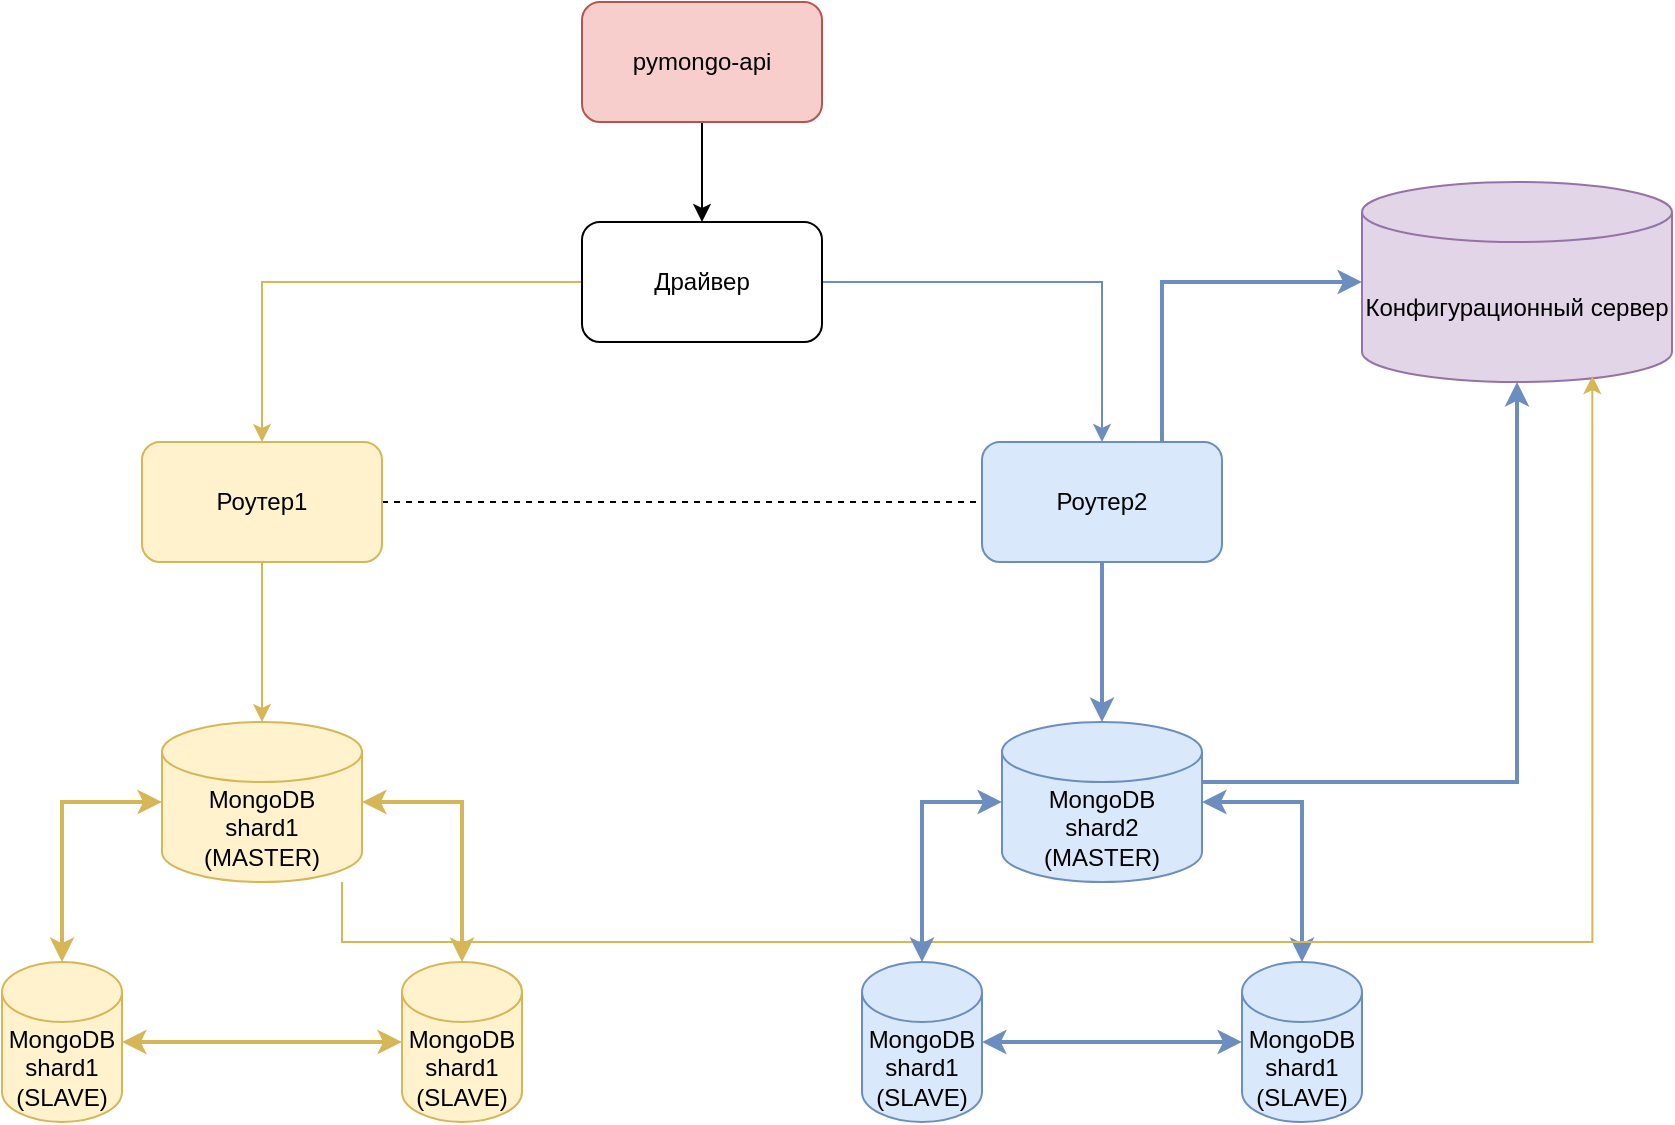
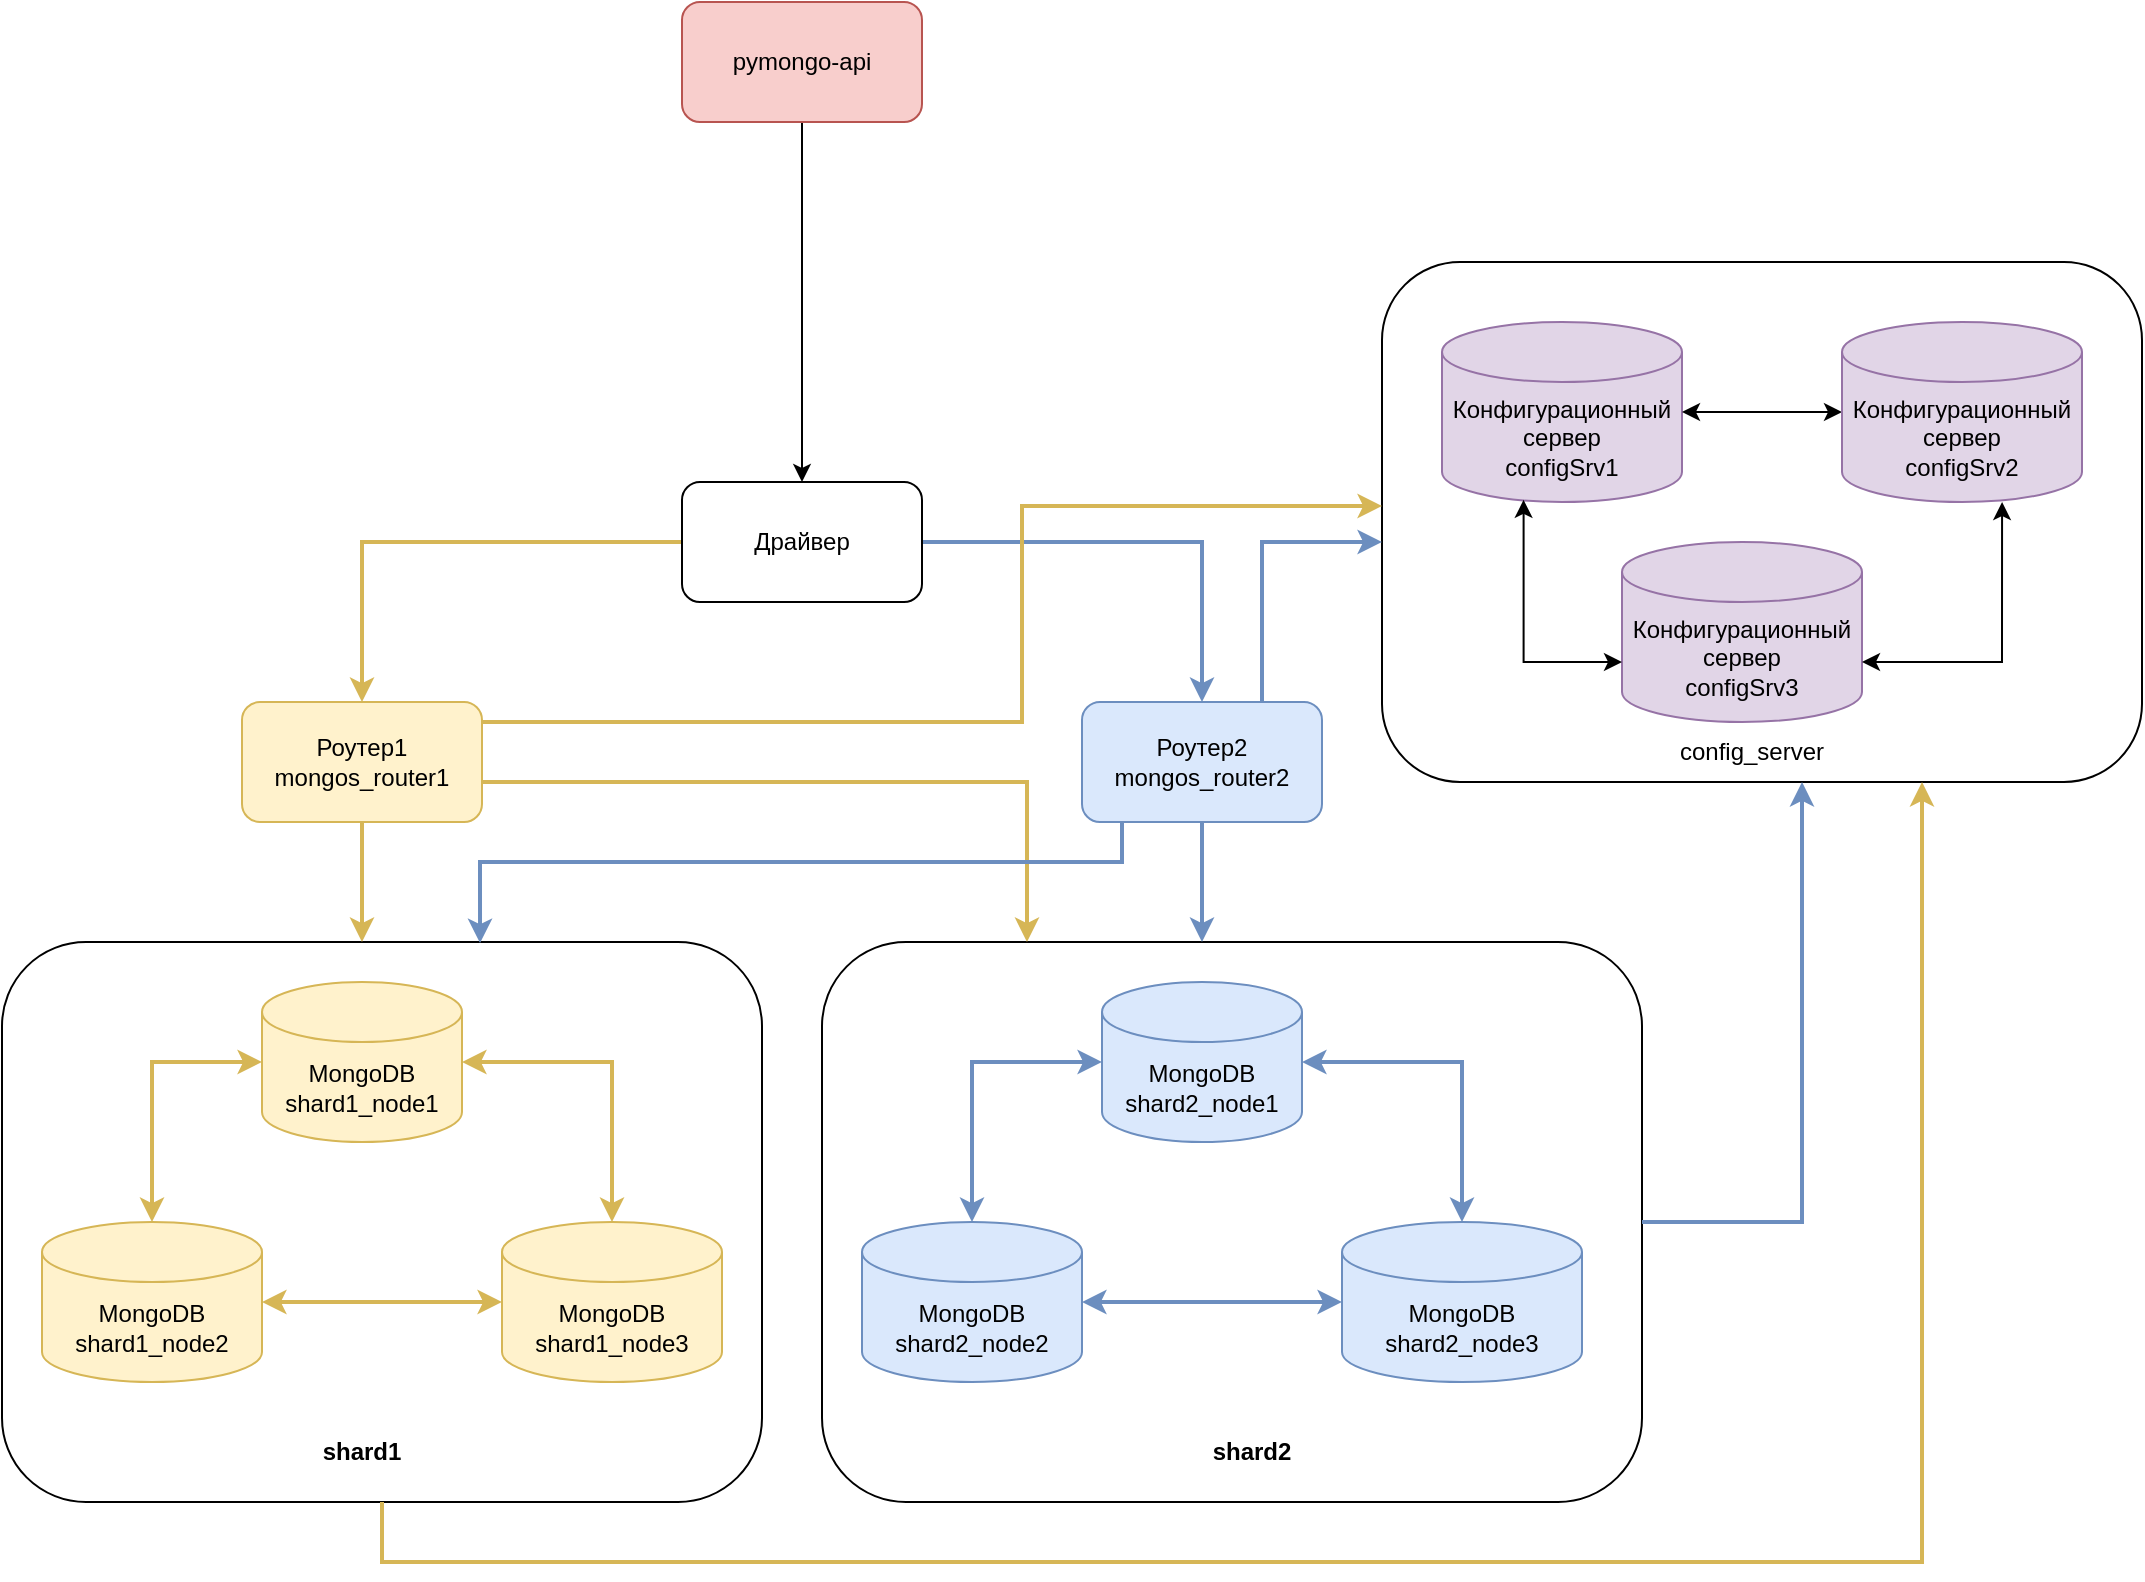
<mxfile host="app.diagrams.net" agent="Mozilla/5.0 (Macintosh; Intel Mac OS X 10_15_7) AppleWebKit/537.36 (KHTML, like Gecko) draw.io/24.6.4 Chrome/124.0.6367.207 Electron/30.0.6 Safari/537.36">
  <diagram name="Page-1" id="-H_mtQnk-PTXWXPvYvuk">
-     <mxGraphModel dx="1084" dy="592" grid="1" gridSize="10" guides="1" tooltips="1" connect="1" arrows="1" fold="1" page="1" pageScale="1" pageWidth="1169" pageHeight="827" math="0" shadow="0">
+     <mxGraphModel dx="1471" dy="1630" grid="1" gridSize="10" guides="1" tooltips="1" connect="1" arrows="1" fold="1" page="1" pageScale="1" pageWidth="1169" pageHeight="827" math="0" shadow="0">
      <root>
        <mxCell id="0" />
        <mxCell id="1" parent="0" />
-         <mxCell id="-b0uPEWMNX4Y9v5Yv2N0-6" edge="1" parent="1" source="zA23MoTUsTF4_91t8viU-2" style="edgeStyle=orthogonalEdgeStyle;rounded=0;orthogonalLoop=1;jettySize=auto;html=1;startArrow=classic;startFill=1;fillColor=#fff2cc;strokeColor=#d6b656;strokeWidth=2;" target="-b0uPEWMNX4Y9v5Yv2N0-3">
+         <mxCell id="SSWtPFlNUQ9ERYB9Ug__-7" parent="1" style="rounded=1;whiteSpace=wrap;html=1;" value="" vertex="1">
+           <mxGeometry height="260" width="380" x="690" y="110" as="geometry" />
+         </mxCell>
+         <mxCell id="SSWtPFlNUQ9ERYB9Ug__-3" parent="1" style="rounded=1;whiteSpace=wrap;html=1;" value="" vertex="1">
+           <mxGeometry height="280" width="410" x="410" y="450" as="geometry" />
+         </mxCell>
+         <mxCell id="SSWtPFlNUQ9ERYB9Ug__-1" parent="1" style="rounded=1;whiteSpace=wrap;html=1;" value="" vertex="1">
+           <mxGeometry height="280" width="380" y="450" as="geometry" />
+         </mxCell>
+         <mxCell id="-b0uPEWMNX4Y9v5Yv2N0-6" edge="1" parent="1" source="zA23MoTUsTF4_91t8viU-2" style="edgeStyle=orthogonalEdgeStyle;rounded=0;orthogonalLoop=1;jettySize=auto;html=1;strokeWidth=2;fillColor=#fff2cc;strokeColor=#d6b656;startArrow=classic;startFill=1;" target="-b0uPEWMNX4Y9v5Yv2N0-3">
          <mxGeometry relative="1" as="geometry" />
        </mxCell>
-         <mxCell id="zA23MoTUsTF4_91t8viU-2" parent="1" style="shape=cylinder3;whiteSpace=wrap;html=1;boundedLbl=1;backgroundOutline=1;size=15;fillColor=#fff2cc;strokeColor=#d6b656;" value="MongoDB&lt;br&gt;shard1 (MASTER)" vertex="1">
+         <mxCell id="zA23MoTUsTF4_91t8viU-2" parent="1" style="shape=cylinder3;whiteSpace=wrap;html=1;boundedLbl=1;backgroundOutline=1;size=15;fillColor=#fff2cc;strokeColor=#d6b656;" value="MongoDB&lt;br&gt;shard1_node1" vertex="1">
          <mxGeometry height="80" width="100" x="130" y="470" as="geometry" />
        </mxCell>
        <mxCell id="JA4CdrQExTbod57CP28f-2" edge="1" parent="1" source="zA23MoTUsTF4_91t8viU-3" style="edgeStyle=orthogonalEdgeStyle;rounded=0;orthogonalLoop=1;jettySize=auto;html=1;" target="JA4CdrQExTbod57CP28f-1" value="">
          <mxGeometry relative="1" as="geometry" />
        </mxCell>
        <mxCell id="zA23MoTUsTF4_91t8viU-3" parent="1" style="rounded=1;whiteSpace=wrap;html=1;fillColor=#f8cecc;strokeColor=#b85450;" value="pymongo-api" vertex="1">
-           <mxGeometry height="60" width="120" x="340" y="110" as="geometry" />
+           <mxGeometry height="60" width="120" x="340" y="-20" as="geometry" />
        </mxCell>
-         <mxCell id="JA4CdrQExTbod57CP28f-4" edge="1" parent="1" source="JA4CdrQExTbod57CP28f-1" style="edgeStyle=orthogonalEdgeStyle;rounded=0;orthogonalLoop=1;jettySize=auto;html=1;fillColor=#fff2cc;strokeColor=#d6b656;" target="JA4CdrQExTbod57CP28f-3" value="">
+         <mxCell id="JA4CdrQExTbod57CP28f-4" edge="1" parent="1" source="JA4CdrQExTbod57CP28f-1" style="edgeStyle=orthogonalEdgeStyle;rounded=0;orthogonalLoop=1;jettySize=auto;html=1;fillColor=#fff2cc;strokeColor=#d6b656;strokeWidth=2;" target="JA4CdrQExTbod57CP28f-3" value="">
          <mxGeometry relative="1" as="geometry" />
        </mxCell>
-         <mxCell id="JA4CdrQExTbod57CP28f-10" edge="1" parent="1" source="JA4CdrQExTbod57CP28f-1" style="edgeStyle=orthogonalEdgeStyle;rounded=0;orthogonalLoop=1;jettySize=auto;html=1;fillColor=#dae8fc;strokeColor=#6c8ebf;" target="JA4CdrQExTbod57CP28f-7">
+         <mxCell id="JA4CdrQExTbod57CP28f-10" edge="1" parent="1" source="JA4CdrQExTbod57CP28f-1" style="edgeStyle=orthogonalEdgeStyle;rounded=0;orthogonalLoop=1;jettySize=auto;html=1;fillColor=#dae8fc;strokeColor=#6c8ebf;strokeWidth=2;" target="JA4CdrQExTbod57CP28f-7">
          <mxGeometry relative="1" as="geometry" />
        </mxCell>
        <mxCell id="JA4CdrQExTbod57CP28f-1" parent="1" style="whiteSpace=wrap;html=1;rounded=1;rotation=0;" value="Драйвер" vertex="1">
          <mxGeometry height="60" width="120" x="340" y="220" as="geometry" />
        </mxCell>
-         <mxCell id="JA4CdrQExTbod57CP28f-15" edge="1" parent="1" source="JA4CdrQExTbod57CP28f-3" style="edgeStyle=orthogonalEdgeStyle;rounded=0;orthogonalLoop=1;jettySize=auto;html=1;fillColor=#fff2cc;strokeColor=#d6b656;" target="zA23MoTUsTF4_91t8viU-2">
-           <mxGeometry relative="1" as="geometry" />
+         <mxCell id="JA4CdrQExTbod57CP28f-15" edge="1" parent="1" source="JA4CdrQExTbod57CP28f-3" style="edgeStyle=orthogonalEdgeStyle;rounded=0;orthogonalLoop=1;jettySize=auto;html=1;fillColor=#fff2cc;strokeColor=#d6b656;strokeWidth=2;">
+           <mxGeometry relative="1" as="geometry">
+             <mxPoint x="180" y="450" as="targetPoint" />
+           </mxGeometry>
        </mxCell>
-         <mxCell id="JA4CdrQExTbod57CP28f-18" edge="1" parent="1" source="JA4CdrQExTbod57CP28f-3" style="edgeStyle=orthogonalEdgeStyle;rounded=0;orthogonalLoop=1;jettySize=auto;html=1;dashed=1;endArrow=none;endFill=0;" target="JA4CdrQExTbod57CP28f-7">
-           <mxGeometry relative="1" as="geometry" />
-         </mxCell>
-         <mxCell id="JA4CdrQExTbod57CP28f-3" parent="1" style="whiteSpace=wrap;html=1;rounded=1;fillColor=#fff2cc;strokeColor=#d6b656;" value="Роутер1" vertex="1">
+         <mxCell id="JA4CdrQExTbod57CP28f-3" parent="1" style="whiteSpace=wrap;html=1;rounded=1;fillColor=#fff2cc;strokeColor=#d6b656;" value="Роутер1&lt;br&gt;mongos_router1" vertex="1">
          <mxGeometry height="60" width="120" x="120" y="330" as="geometry" />
        </mxCell>
-         <mxCell id="JA4CdrQExTbod57CP28f-12" edge="1" parent="1" source="JA4CdrQExTbod57CP28f-7" style="edgeStyle=orthogonalEdgeStyle;rounded=0;orthogonalLoop=1;jettySize=auto;html=1;fillColor=#dae8fc;strokeColor=#6c8ebf;strokeWidth=2;" target="JA4CdrQExTbod57CP28f-11">
+         <mxCell id="JA4CdrQExTbod57CP28f-12" edge="1" parent="1" source="JA4CdrQExTbod57CP28f-7" style="edgeStyle=orthogonalEdgeStyle;rounded=0;orthogonalLoop=1;jettySize=auto;html=1;fillColor=#dae8fc;strokeColor=#6c8ebf;strokeWidth=2;">
          <mxGeometry relative="1" as="geometry">
            <Array as="points">
              <mxPoint x="630" y="250" />
            </Array>
+             <mxPoint x="690" y="250" as="targetPoint" />
          </mxGeometry>
        </mxCell>
-         <mxCell id="JA4CdrQExTbod57CP28f-7" parent="1" style="whiteSpace=wrap;html=1;rounded=1;fillColor=#dae8fc;strokeColor=#6c8ebf;" value="Роутер2" vertex="1">
+         <mxCell id="JA4CdrQExTbod57CP28f-7" parent="1" style="whiteSpace=wrap;html=1;rounded=1;fillColor=#dae8fc;strokeColor=#6c8ebf;" value="Роутер2&lt;br&gt;mongos_router2" vertex="1">
          <mxGeometry height="60" width="120" x="540" y="330" as="geometry" />
        </mxCell>
-         <mxCell id="JA4CdrQExTbod57CP28f-11" parent="1" style="shape=cylinder3;whiteSpace=wrap;html=1;boundedLbl=1;backgroundOutline=1;size=15;fillColor=#e1d5e7;strokeColor=#9673a6;" value="Конфигурационный сервер" vertex="1">
-           <mxGeometry height="100" width="155" x="730" y="200" as="geometry" />
+         <mxCell id="JA4CdrQExTbod57CP28f-11" parent="1" style="shape=cylinder3;whiteSpace=wrap;html=1;boundedLbl=1;backgroundOutline=1;size=15;fillColor=#e1d5e7;strokeColor=#9673a6;" value="Конфигурационный сервер&lt;br&gt;configSrv1" vertex="1">
+           <mxGeometry height="90" width="120" x="720" y="140" as="geometry" />
        </mxCell>
-         <mxCell id="-b0uPEWMNX4Y9v5Yv2N0-16" edge="1" parent="1" source="JA4CdrQExTbod57CP28f-13" style="edgeStyle=orthogonalEdgeStyle;rounded=0;orthogonalLoop=1;jettySize=auto;html=1;startArrow=classic;startFill=1;strokeWidth=2;fillColor=#dae8fc;strokeColor=#6c8ebf;" target="-b0uPEWMNX4Y9v5Yv2N0-13">
+         <mxCell id="-b0uPEWMNX4Y9v5Yv2N0-16" edge="1" parent="1" source="JA4CdrQExTbod57CP28f-13" style="edgeStyle=orthogonalEdgeStyle;rounded=0;orthogonalLoop=1;jettySize=auto;html=1;strokeWidth=2;fillColor=#dae8fc;strokeColor=#6c8ebf;startArrow=classic;startFill=1;" target="-b0uPEWMNX4Y9v5Yv2N0-13">
          <mxGeometry relative="1" as="geometry" />
        </mxCell>
-         <mxCell id="JA4CdrQExTbod57CP28f-13" parent="1" style="shape=cylinder3;whiteSpace=wrap;html=1;boundedLbl=1;backgroundOutline=1;size=15;fillColor=#dae8fc;strokeColor=#6c8ebf;" value="MongoDB&lt;br&gt;shard2&lt;br&gt;(MASTER)" vertex="1">
+         <mxCell id="JA4CdrQExTbod57CP28f-13" parent="1" style="shape=cylinder3;whiteSpace=wrap;html=1;boundedLbl=1;backgroundOutline=1;size=15;fillColor=#dae8fc;strokeColor=#6c8ebf;" value="MongoDB&lt;br&gt;shard2_node1" vertex="1">
          <mxGeometry height="80" width="100" x="550" y="470" as="geometry" />
        </mxCell>
-         <mxCell id="JA4CdrQExTbod57CP28f-14" edge="1" parent="1" source="JA4CdrQExTbod57CP28f-7" style="edgeStyle=orthogonalEdgeStyle;rounded=0;orthogonalLoop=1;jettySize=auto;html=1;fillColor=#dae8fc;strokeColor=#6c8ebf;strokeWidth=2;" target="JA4CdrQExTbod57CP28f-13">
+         <mxCell id="JA4CdrQExTbod57CP28f-14" edge="1" parent="1" source="JA4CdrQExTbod57CP28f-7" style="edgeStyle=orthogonalEdgeStyle;rounded=0;orthogonalLoop=1;jettySize=auto;html=1;fillColor=#dae8fc;strokeColor=#6c8ebf;strokeWidth=2;">
          <mxGeometry relative="1" as="geometry">
-             <Array as="points" />
+             <Array as="points">
+               <mxPoint x="600" y="420" />
+               <mxPoint x="600" y="420" />
+             </Array>
+             <mxPoint x="600" y="450" as="targetPoint" />
          </mxGeometry>
        </mxCell>
-         <mxCell id="JA4CdrQExTbod57CP28f-16" edge="1" parent="1" source="JA4CdrQExTbod57CP28f-13" style="edgeStyle=orthogonalEdgeStyle;rounded=0;orthogonalLoop=1;jettySize=auto;html=1;entryX=0.5;entryY=1;entryDx=0;entryDy=0;entryPerimeter=0;fillColor=#dae8fc;strokeColor=#6c8ebf;strokeWidth=2;" target="JA4CdrQExTbod57CP28f-11">
+         <mxCell id="JA4CdrQExTbod57CP28f-16" edge="1" parent="1" source="SSWtPFlNUQ9ERYB9Ug__-3" style="edgeStyle=orthogonalEdgeStyle;rounded=0;orthogonalLoop=1;jettySize=auto;html=1;fillColor=#dae8fc;strokeColor=#6c8ebf;strokeWidth=2;exitX=1;exitY=0.5;exitDx=0;exitDy=0;" target="SSWtPFlNUQ9ERYB9Ug__-7">
          <mxGeometry relative="1" as="geometry">
            <Array as="points">
-               <mxPoint x="807" y="500" />
+               <mxPoint x="900" y="590" />
+             </Array>
+             <mxPoint x="770" y="370" as="targetPoint" />
+           </mxGeometry>
+         </mxCell>
+         <mxCell id="azLWR_Eyw_-tYM01W0ik-1" edge="1" parent="1" source="-b0uPEWMNX4Y9v5Yv2N0-1" style="edgeStyle=orthogonalEdgeStyle;rounded=0;orthogonalLoop=1;jettySize=auto;html=1;fillColor=#fff2cc;strokeColor=#d6b656;strokeWidth=2;startArrow=classic;startFill=1;" target="-b0uPEWMNX4Y9v5Yv2N0-3">
+           <mxGeometry relative="1" as="geometry" />
+         </mxCell>
+         <mxCell id="-b0uPEWMNX4Y9v5Yv2N0-1" parent="1" style="shape=cylinder3;whiteSpace=wrap;html=1;boundedLbl=1;backgroundOutline=1;size=15;fillColor=#fff2cc;strokeColor=#d6b656;" value="MongoDB&lt;br&gt;shard1_node2" vertex="1">
+           <mxGeometry height="80" width="110" x="20" y="590" as="geometry" />
+         </mxCell>
+         <mxCell id="-b0uPEWMNX4Y9v5Yv2N0-3" parent="1" style="shape=cylinder3;whiteSpace=wrap;html=1;boundedLbl=1;backgroundOutline=1;size=15;fillColor=#fff2cc;strokeColor=#d6b656;" value="MongoDB&lt;br&gt;shard1_node3" vertex="1">
+           <mxGeometry height="80" width="110" x="250" y="590" as="geometry" />
+         </mxCell>
+         <mxCell id="-b0uPEWMNX4Y9v5Yv2N0-4" edge="1" parent="1" source="zA23MoTUsTF4_91t8viU-2" style="edgeStyle=orthogonalEdgeStyle;rounded=0;orthogonalLoop=1;jettySize=auto;html=1;entryX=0.5;entryY=0;entryDx=0;entryDy=0;entryPerimeter=0;fillColor=#fff2cc;strokeColor=#d6b656;strokeWidth=2;startArrow=classic;startFill=1;" target="-b0uPEWMNX4Y9v5Yv2N0-1">
+           <mxGeometry relative="1" as="geometry">
+             <Array as="points">
+               <mxPoint x="75" y="510" />
            </Array>
          </mxGeometry>
        </mxCell>
-         <mxCell id="JA4CdrQExTbod57CP28f-17" edge="1" parent="1" source="zA23MoTUsTF4_91t8viU-2" style="edgeStyle=orthogonalEdgeStyle;rounded=0;orthogonalLoop=1;jettySize=auto;html=1;entryX=0.743;entryY=0.97;entryDx=0;entryDy=0;entryPerimeter=0;fillColor=#fff2cc;strokeColor=#d6b656;" target="JA4CdrQExTbod57CP28f-11">
+         <mxCell id="azLWR_Eyw_-tYM01W0ik-2" edge="1" parent="1" source="-b0uPEWMNX4Y9v5Yv2N0-11" style="edgeStyle=orthogonalEdgeStyle;rounded=0;orthogonalLoop=1;jettySize=auto;html=1;fillColor=#dae8fc;strokeColor=#6c8ebf;startArrow=classic;startFill=1;strokeWidth=2;" target="-b0uPEWMNX4Y9v5Yv2N0-13">
+           <mxGeometry relative="1" as="geometry" />
+         </mxCell>
+         <mxCell id="-b0uPEWMNX4Y9v5Yv2N0-11" parent="1" style="shape=cylinder3;whiteSpace=wrap;html=1;boundedLbl=1;backgroundOutline=1;size=15;fillColor=#dae8fc;strokeColor=#6c8ebf;" value="MongoDB&lt;br&gt;shard2_node2" vertex="1">
+           <mxGeometry height="80" width="110" x="430" y="590" as="geometry" />
+         </mxCell>
+         <mxCell id="-b0uPEWMNX4Y9v5Yv2N0-13" parent="1" style="shape=cylinder3;whiteSpace=wrap;html=1;boundedLbl=1;backgroundOutline=1;size=15;fillColor=#dae8fc;strokeColor=#6c8ebf;" value="MongoDB&lt;br&gt;shard2_node3" vertex="1">
+           <mxGeometry height="80" width="120" x="670" y="590" as="geometry" />
+         </mxCell>
+         <mxCell id="-b0uPEWMNX4Y9v5Yv2N0-14" edge="1" parent="1" source="JA4CdrQExTbod57CP28f-13" style="edgeStyle=orthogonalEdgeStyle;rounded=0;orthogonalLoop=1;jettySize=auto;html=1;entryX=0.5;entryY=0;entryDx=0;entryDy=0;entryPerimeter=0;fillColor=#dae8fc;strokeColor=#6c8ebf;strokeWidth=2;startArrow=classic;startFill=1;" target="-b0uPEWMNX4Y9v5Yv2N0-11">
+           <mxGeometry relative="1" as="geometry" />
+         </mxCell>
+         <mxCell id="qOHrFp2sAHkuGlirtrxi-5" edge="1" parent="1" source="JA4CdrQExTbod57CP28f-3" style="edgeStyle=orthogonalEdgeStyle;rounded=0;orthogonalLoop=1;jettySize=auto;html=1;fillColor=#fff2cc;strokeColor=#d6b656;strokeWidth=2;">
          <mxGeometry relative="1" as="geometry">
            <Array as="points">
-               <mxPoint x="220" y="580" />
-               <mxPoint x="845" y="580" />
+               <mxPoint x="510" y="340" />
+               <mxPoint x="510" y="232" />
+             </Array>
+             <mxPoint x="690" y="232" as="targetPoint" />
+           </mxGeometry>
+         </mxCell>
+         <mxCell id="azLWR_Eyw_-tYM01W0ik-3" edge="1" parent="1" source="JA4CdrQExTbod57CP28f-3" style="edgeStyle=orthogonalEdgeStyle;rounded=0;orthogonalLoop=1;jettySize=auto;html=1;fillColor=#fff2cc;strokeColor=#d6b656;entryX=0.25;entryY=0;entryDx=0;entryDy=0;strokeWidth=2;" target="SSWtPFlNUQ9ERYB9Ug__-3">
+           <mxGeometry relative="1" as="geometry">
+             <Array as="points">
+               <mxPoint x="513" y="370" />
            </Array>
          </mxGeometry>
        </mxCell>
-         <mxCell id="odxoTTt-qRNmfRbKmcYk-1" edge="1" parent="1" source="-b0uPEWMNX4Y9v5Yv2N0-1" style="edgeStyle=orthogonalEdgeStyle;rounded=0;orthogonalLoop=1;jettySize=auto;html=1;startArrow=classic;startFill=1;fillColor=#fff2cc;strokeColor=#d6b656;strokeWidth=2;" target="-b0uPEWMNX4Y9v5Yv2N0-3">
+         <mxCell id="azLWR_Eyw_-tYM01W0ik-4" edge="1" parent="1" source="JA4CdrQExTbod57CP28f-7" style="edgeStyle=orthogonalEdgeStyle;rounded=0;orthogonalLoop=1;jettySize=auto;html=1;entryX=0.629;entryY=0.002;entryDx=0;entryDy=0;entryPerimeter=0;fillColor=#dae8fc;strokeColor=#6c8ebf;strokeWidth=2;" target="SSWtPFlNUQ9ERYB9Ug__-1">
+           <mxGeometry relative="1" as="geometry">
+             <Array as="points">
+               <mxPoint x="560" y="410" />
+               <mxPoint x="239" y="410" />
+             </Array>
+           </mxGeometry>
+         </mxCell>
+         <mxCell id="SSWtPFlNUQ9ERYB9Ug__-2" parent="1" style="text;html=1;whiteSpace=wrap;strokeColor=none;fillColor=none;align=center;verticalAlign=middle;rounded=0;fontStyle=1" value="shard1" vertex="1">
+           <mxGeometry height="30" width="60" x="150" y="690" as="geometry" />
+         </mxCell>
+         <mxCell id="SSWtPFlNUQ9ERYB9Ug__-6" parent="1" style="text;html=1;whiteSpace=wrap;strokeColor=none;fillColor=none;align=center;verticalAlign=middle;rounded=0;fontStyle=1" value="shard2" vertex="1">
+           <mxGeometry height="30" width="60" x="595" y="690" as="geometry" />
+         </mxCell>
+         <mxCell id="SSWtPFlNUQ9ERYB9Ug__-8" edge="1" parent="1" source="SSWtPFlNUQ9ERYB9Ug__-1" style="edgeStyle=orthogonalEdgeStyle;rounded=0;orthogonalLoop=1;jettySize=auto;html=1;fillColor=#fff2cc;strokeColor=#d6b656;strokeWidth=2;exitX=0.5;exitY=1;exitDx=0;exitDy=0;" target="SSWtPFlNUQ9ERYB9Ug__-7">
+           <mxGeometry relative="1" as="geometry">
+             <Array as="points">
+               <mxPoint x="190" y="760" />
+               <mxPoint x="960" y="760" />
+             </Array>
+             <mxPoint x="390" y="570" as="sourcePoint" />
+           </mxGeometry>
+         </mxCell>
+         <mxCell id="SSWtPFlNUQ9ERYB9Ug__-9" parent="1" style="text;html=1;whiteSpace=wrap;strokeColor=none;fillColor=none;align=center;verticalAlign=middle;rounded=0;" value="config_server" vertex="1">
+           <mxGeometry height="30" width="90" x="830" y="340" as="geometry" />
+         </mxCell>
+         <mxCell id="SSWtPFlNUQ9ERYB9Ug__-14" edge="1" parent="1" source="SSWtPFlNUQ9ERYB9Ug__-10" style="edgeStyle=orthogonalEdgeStyle;rounded=0;orthogonalLoop=1;jettySize=auto;html=1;startArrow=classic;startFill=1;" target="JA4CdrQExTbod57CP28f-11">
          <mxGeometry relative="1" as="geometry" />
        </mxCell>
-         <mxCell id="-b0uPEWMNX4Y9v5Yv2N0-1" parent="1" style="shape=cylinder3;whiteSpace=wrap;html=1;boundedLbl=1;backgroundOutline=1;size=15;fillColor=#fff2cc;strokeColor=#d6b656;" value="MongoDB&lt;br&gt;shard1&lt;br&gt;(SLAVE)" vertex="1">
-           <mxGeometry height="80" width="60" x="50" y="590" as="geometry" />
+         <mxCell id="SSWtPFlNUQ9ERYB9Ug__-10" parent="1" style="shape=cylinder3;whiteSpace=wrap;html=1;boundedLbl=1;backgroundOutline=1;size=15;fillColor=#e1d5e7;strokeColor=#9673a6;" value="Конфигурационный сервер&lt;br&gt;configSrv2" vertex="1">
+           <mxGeometry height="90" width="120" x="920" y="140" as="geometry" />
        </mxCell>
-         <mxCell id="-b0uPEWMNX4Y9v5Yv2N0-3" parent="1" style="shape=cylinder3;whiteSpace=wrap;html=1;boundedLbl=1;backgroundOutline=1;size=15;fillColor=#fff2cc;strokeColor=#d6b656;" value="MongoDB&lt;br&gt;shard1&lt;br&gt;(SLAVE)" vertex="1">
-           <mxGeometry height="80" width="60" x="250" y="590" as="geometry" />
+         <mxCell id="SSWtPFlNUQ9ERYB9Ug__-11" parent="1" style="shape=cylinder3;whiteSpace=wrap;html=1;boundedLbl=1;backgroundOutline=1;size=15;fillColor=#e1d5e7;strokeColor=#9673a6;" value="Конфигурационный сервер&lt;br&gt;configSrv3" vertex="1">
+           <mxGeometry height="90" width="120" x="810" y="250" as="geometry" />
        </mxCell>
-         <mxCell id="-b0uPEWMNX4Y9v5Yv2N0-4" edge="1" parent="1" source="zA23MoTUsTF4_91t8viU-2" style="edgeStyle=orthogonalEdgeStyle;rounded=0;orthogonalLoop=1;jettySize=auto;html=1;entryX=0.5;entryY=0;entryDx=0;entryDy=0;entryPerimeter=0;strokeWidth=2;fillColor=#fff2cc;strokeColor=#d6b656;startArrow=classic;startFill=1;" target="-b0uPEWMNX4Y9v5Yv2N0-1">
-           <mxGeometry relative="1" as="geometry" />
+         <mxCell id="SSWtPFlNUQ9ERYB9Ug__-12" edge="1" parent="1" source="SSWtPFlNUQ9ERYB9Ug__-11" style="edgeStyle=orthogonalEdgeStyle;rounded=0;orthogonalLoop=1;jettySize=auto;html=1;entryX=0.34;entryY=0.988;entryDx=0;entryDy=0;entryPerimeter=0;startArrow=classic;startFill=1;" target="JA4CdrQExTbod57CP28f-11">
+           <mxGeometry relative="1" as="geometry">
+             <Array as="points">
+               <mxPoint x="761" y="310" />
+             </Array>
+           </mxGeometry>
        </mxCell>
-         <mxCell id="odxoTTt-qRNmfRbKmcYk-2" edge="1" parent="1" source="-b0uPEWMNX4Y9v5Yv2N0-11" style="edgeStyle=orthogonalEdgeStyle;rounded=0;orthogonalLoop=1;jettySize=auto;html=1;startArrow=classic;startFill=1;fillColor=#dae8fc;strokeColor=#6c8ebf;strokeWidth=2;" target="-b0uPEWMNX4Y9v5Yv2N0-13">
-           <mxGeometry relative="1" as="geometry" />
-         </mxCell>
-         <mxCell id="-b0uPEWMNX4Y9v5Yv2N0-11" parent="1" style="shape=cylinder3;whiteSpace=wrap;html=1;boundedLbl=1;backgroundOutline=1;size=15;fillColor=#dae8fc;strokeColor=#6c8ebf;" value="MongoDB&lt;br&gt;shard1&lt;br&gt;(SLAVE)" vertex="1">
-           <mxGeometry height="80" width="60" x="480" y="590" as="geometry" />
-         </mxCell>
-         <mxCell id="-b0uPEWMNX4Y9v5Yv2N0-13" parent="1" style="shape=cylinder3;whiteSpace=wrap;html=1;boundedLbl=1;backgroundOutline=1;size=15;fillColor=#dae8fc;strokeColor=#6c8ebf;" value="MongoDB&lt;br&gt;shard1&lt;br&gt;(SLAVE)" vertex="1">
-           <mxGeometry height="80" width="60" x="670" y="590" as="geometry" />
-         </mxCell>
-         <mxCell id="-b0uPEWMNX4Y9v5Yv2N0-14" edge="1" parent="1" source="JA4CdrQExTbod57CP28f-13" style="edgeStyle=orthogonalEdgeStyle;rounded=0;orthogonalLoop=1;jettySize=auto;html=1;entryX=0.5;entryY=0;entryDx=0;entryDy=0;entryPerimeter=0;fillColor=#dae8fc;strokeColor=#6c8ebf;startArrow=classic;startFill=1;strokeWidth=2;" target="-b0uPEWMNX4Y9v5Yv2N0-11">
-           <mxGeometry relative="1" as="geometry" />
+         <mxCell id="SSWtPFlNUQ9ERYB9Ug__-13" edge="1" parent="1" source="SSWtPFlNUQ9ERYB9Ug__-11" style="edgeStyle=orthogonalEdgeStyle;rounded=0;orthogonalLoop=1;jettySize=auto;html=1;entryX=0.667;entryY=1;entryDx=0;entryDy=0;entryPerimeter=0;startArrow=classic;startFill=1;" target="SSWtPFlNUQ9ERYB9Ug__-10">
+           <mxGeometry relative="1" as="geometry">
+             <Array as="points">
+               <mxPoint x="1000" y="310" />
+             </Array>
+           </mxGeometry>
        </mxCell>
      </root>
    </mxGraphModel>
  </diagram>
</mxfile>
